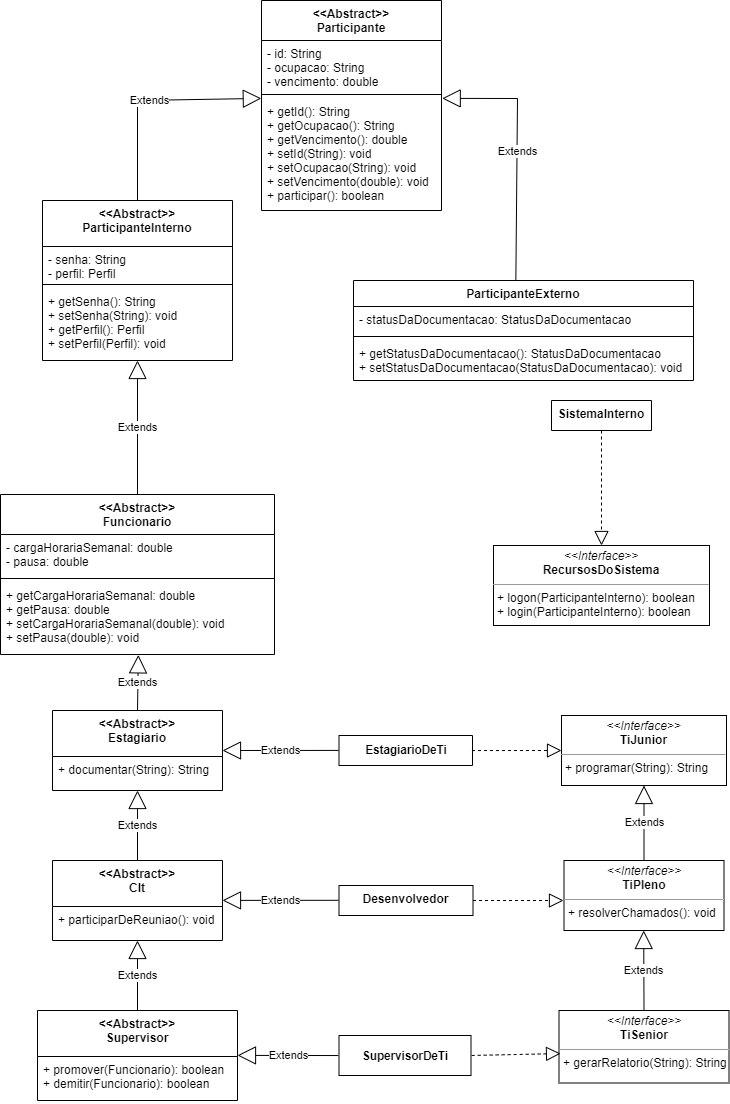
Before: erp.png, a diagram exported from draw.io (andre-alck/erp). Source tidied: cells renumbered, new cells last; positions are measured from the earlier drawing's top-left corner, leaving out a move shared by most shapes.
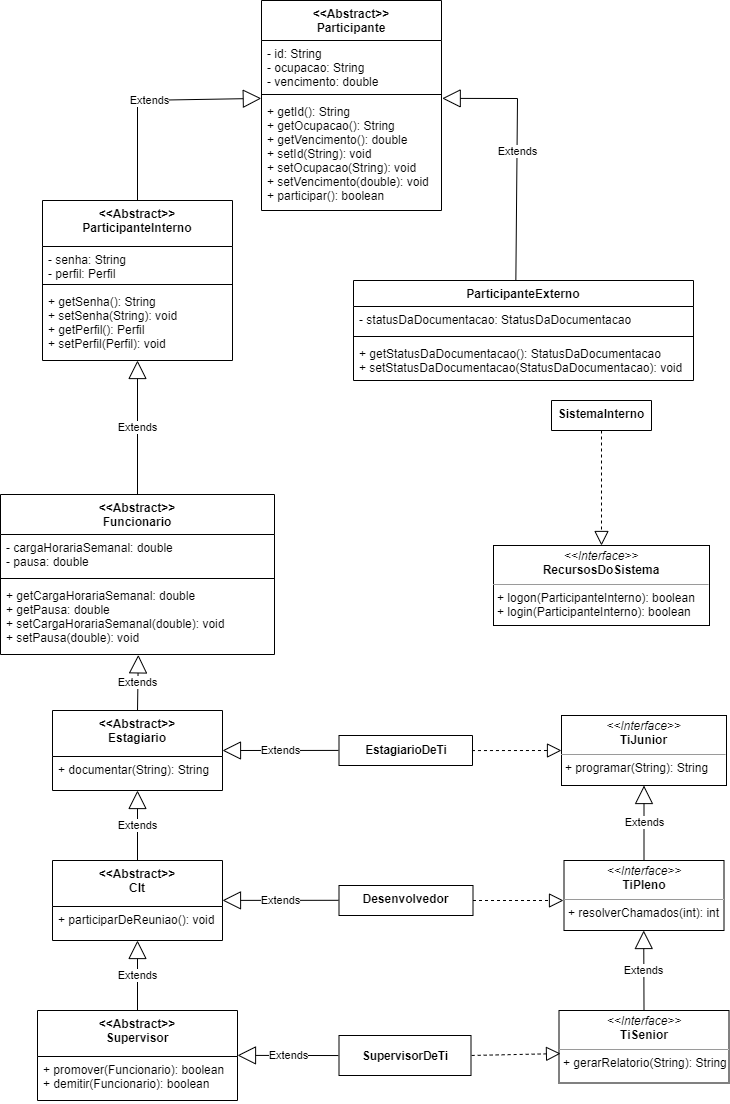
After the change.

The edit, as a diff of the source:
```diff
@@ -71,7 +71,7 @@
     <mxCell id="21" value="&lt;p style=&quot;margin:0px;margin-top:4px;text-align:center;&quot;&gt;&lt;i&gt;&amp;lt;&amp;lt;Interface&amp;gt;&amp;gt;&lt;/i&gt;&lt;br&gt;&lt;b&gt;TiJunior&lt;/b&gt;&lt;/p&gt;&lt;hr size=&quot;1&quot;&gt;&lt;p style=&quot;margin:0px;margin-left:4px;&quot;&gt;+ programar(String): String&lt;/p&gt;" style="verticalAlign=top;align=left;overflow=fill;fontSize=12;fontFamily=Helvetica;html=1;" parent="1" vertex="1">
       <mxGeometry x="561" y="715" width="165" height="70" as="geometry" />
     </mxCell>
-    <mxCell id="22" value="&lt;p style=&quot;margin:0px;margin-top:4px;text-align:center;&quot;&gt;&lt;i&gt;&amp;lt;&amp;lt;Interface&amp;gt;&amp;gt;&lt;/i&gt;&lt;br&gt;&lt;b&gt;TiPleno&lt;/b&gt;&lt;/p&gt;&lt;hr size=&quot;1&quot;&gt;&lt;p style=&quot;margin:0px;margin-left:4px;&quot;&gt;&lt;/p&gt;&lt;p style=&quot;margin:0px;margin-left:4px;&quot;&gt;+ resolverChamados(): void&lt;br&gt;&lt;/p&gt;" style="verticalAlign=top;align=left;overflow=fill;fontSize=12;fontFamily=Helvetica;html=1;" parent="1" vertex="1">
+    <mxCell id="22" value="&lt;p style=&quot;margin:0px;margin-top:4px;text-align:center;&quot;&gt;&lt;i&gt;&amp;lt;&amp;lt;Interface&amp;gt;&amp;gt;&lt;/i&gt;&lt;br&gt;&lt;b&gt;TiPleno&lt;/b&gt;&lt;/p&gt;&lt;hr size=&quot;1&quot;&gt;&lt;p style=&quot;margin:0px;margin-left:4px;&quot;&gt;&lt;/p&gt;&lt;p style=&quot;margin:0px;margin-left:4px;&quot;&gt;+ resolverChamados(int): int&lt;br&gt;&lt;/p&gt;" style="verticalAlign=top;align=left;overflow=fill;fontSize=12;fontFamily=Helvetica;html=1;" parent="1" vertex="1">
       <mxGeometry x="563.5" y="860" width="160" height="70" as="geometry" />
     </mxCell>
     <mxCell id="23" value="&lt;p style=&quot;margin:0px;margin-top:4px;text-align:center;&quot;&gt;&lt;i&gt;&amp;lt;&amp;lt;Interface&amp;gt;&amp;gt;&lt;/i&gt;&lt;br&gt;&lt;b&gt;TiSenior&lt;/b&gt;&lt;/p&gt;&lt;hr size=&quot;1&quot;&gt;&lt;p style=&quot;margin:0px;margin-left:4px;&quot;&gt;&lt;/p&gt;&lt;p style=&quot;margin:0px;margin-left:4px;&quot;&gt;+ gerarRelatorio(String): String&lt;/p&gt;" style="verticalAlign=top;align=left;overflow=fill;fontSize=12;fontFamily=Helvetica;html=1;" parent="1" vertex="1">
```
